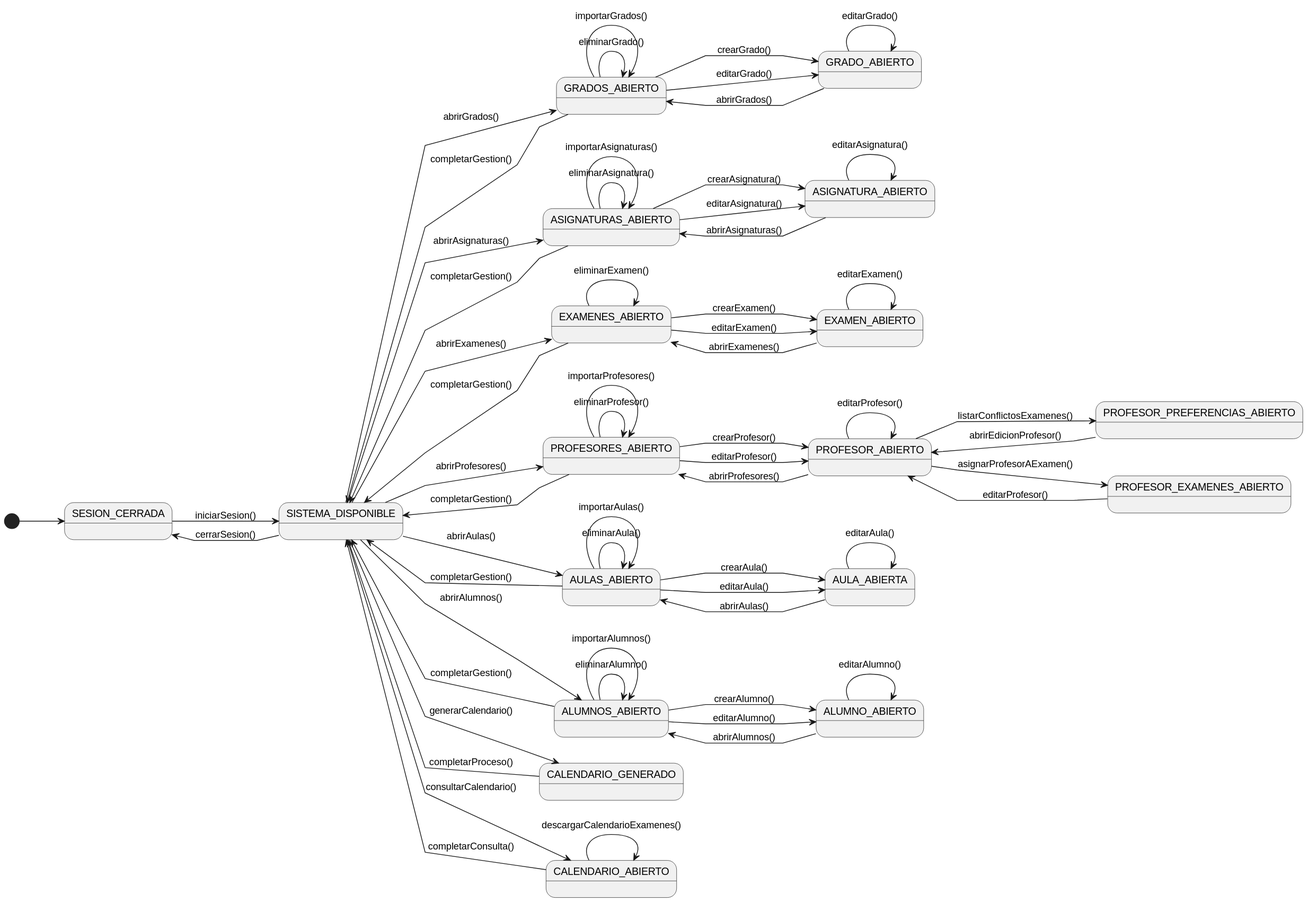
Above: images/00-requisitos/01-casos-de-uso/2-DiagramaDeContexto/0-Administrador/DiagramaDeContextoAdministrador.svg in Alejandrojuarez0105/25-26-idsw2-sdVC (PlantUML), before the change.
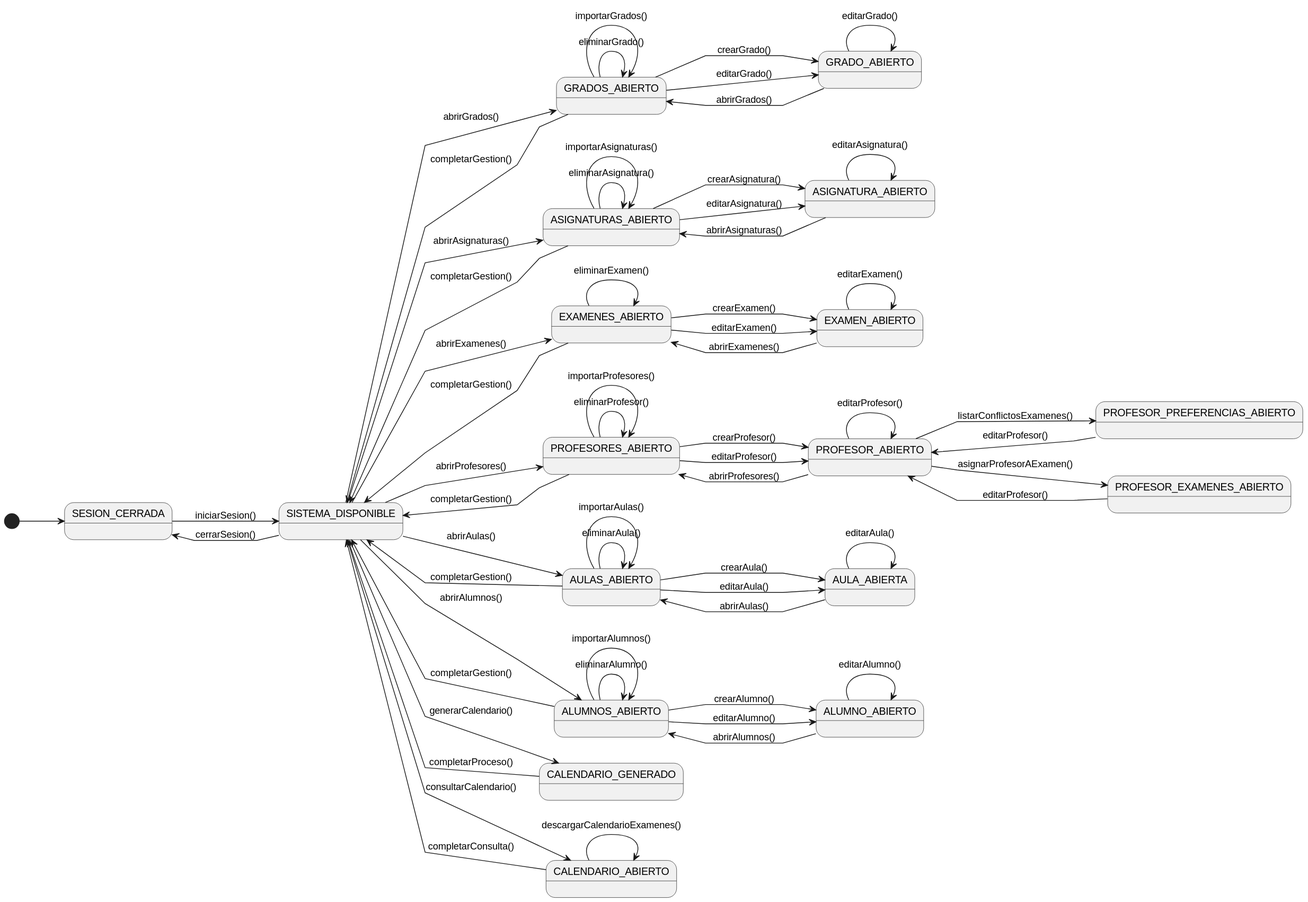
Above is the later version.

Commit message:
Modificación diagrama de contexto Administrador

Para mantener un mismo lenguaje se optó por modificar el abrirEdicionProfesor -> editarProfesor debido a que era el único caso de uso con diferente nombre y realiza la misma acción que editarProfesor

Diff of the diagram source:
```diff
@@ -76,7 +76,7 @@
 EditProfesor --> ListProfesores : abrirProfesores()
 
 Asignaciones --> EditProfesor : editarProfesor()
-EditProfesorPreferencias --> EditProfesor : abrirEdicionProfesor()
+EditProfesorPreferencias --> EditProfesor : editarProfesor()
 
 ListAulas --> EditAula : crearAula()
 ListAulas --> EditAula : editarAula()
```
